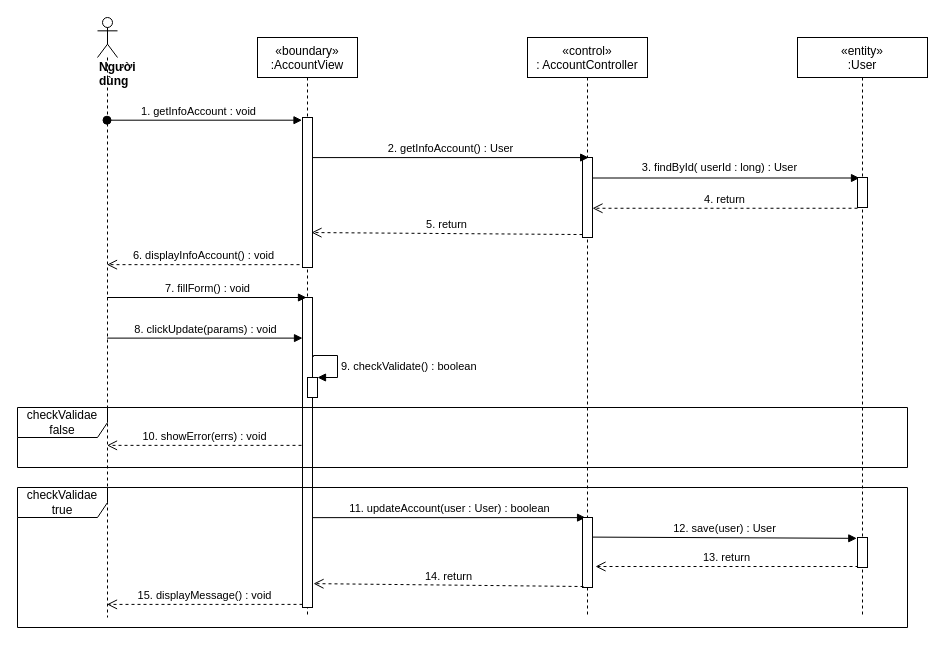
Before: sequence diagram/updateInfoAccount.drawio in nguyenphamvan/datn_20202, a draw.io diagram. Source tidied: cells renumbered, new cells numbered last; positions are measured from the earlier drawing's top-left corner, leaving out a move shared by most shapes. Both pictures are drawn from the tidied source at 100%, with x=0, y=0 at pixel (17, 17).
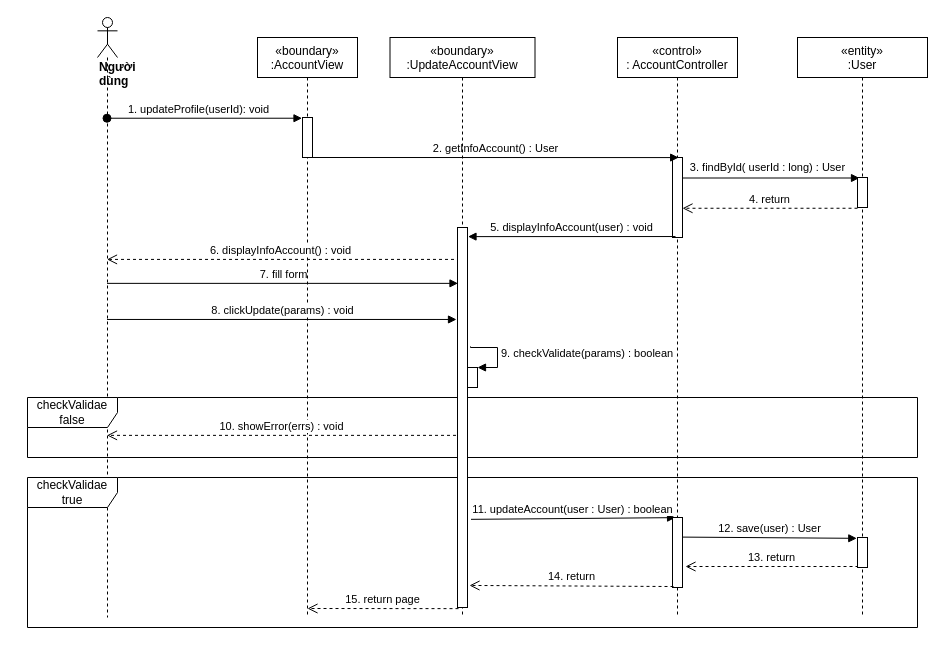
Above is the later version.

The change refers to these unchanged cells:
```xml
<mxCell id="2" value="«boundary»&#10;:AccountView" style="shape=umlLifeline;perimeter=lifelinePerimeter;rounded=0;shadow=0;strokeWidth=1;" parent="1" vertex="1">
  <mxGeometry x="240" y="20" width="100" height="580" as="geometry" />
</mxCell>
<mxCell id="6" style="points=[];perimeter=orthogonalPerimeter;rounded=0;shadow=0;strokeWidth=1;" parent="5" vertex="1">
  <mxGeometry x="55" y="120" width="10" height="80" as="geometry" />
</mxCell>
<mxCell id="7" value="&lt;div&gt;&lt;b&gt;Người dùng&lt;/b&gt;&lt;/div&gt;" style="shape=umlLifeline;participant=umlActor;perimeter=lifelinePerimeter;whiteSpace=wrap;html=1;verticalAlign=top;spacingTop=36;outlineConnect=0;align=left;" parent="1" vertex="1">
  <mxGeometry x="80" width="20" height="600" as="geometry" />
</mxCell>
```

Change to the diagram source:
```diff
@@
     <mxCell id="3" style="points=[];perimeter=orthogonalPerimeter;rounded=0;shadow=0;strokeWidth=1;" parent="2" vertex="1">
-      <mxGeometry x="45" y="80" width="10" height="150" as="geometry" />
+      <mxGeometry x="45" y="80" width="10" height="40" as="geometry" />
     </mxCell>
-    <mxCell id="4" style="html=1;points=[];perimeter=orthogonalPerimeter;" parent="2" vertex="1">
-      <mxGeometry x="45" y="260" width="10" height="310" as="geometry" />
-    </mxCell>
     <mxCell id="5" value="«control»&#10;: AccountController" style="shape=umlLifeline;perimeter=lifelinePerimeter;rounded=0;shadow=0;strokeWidth=1;" parent="1" vertex="1">
-      <mxGeometry x="510" y="20" width="120" height="580" as="geometry" />
+      <mxGeometry x="600" y="20" width="120" height="580" as="geometry" />
     </mxCell>
@@
-    <mxCell id="8" value="1. getInfoAccount : void" style="verticalAlign=bottom;startArrow=oval;endArrow=block;startSize=8;shadow=0;strokeWidth=1;entryX=-0.05;entryY=0.018;entryDx=0;entryDy=0;entryPerimeter=0;" parent="1" edge="1" source="7" target="3">
+    <mxCell id="8" value="1. updateProfile(userId): void" style="verticalAlign=bottom;startArrow=oval;endArrow=block;startSize=8;shadow=0;strokeWidth=1;entryX=-0.05;entryY=0.018;entryDx=0;entryDy=0;entryPerimeter=0;" parent="1" edge="1" source="7" target="3">
       <mxGeometry x="-0.06" relative="1" as="geometry" />
     </mxCell>
@@
-    <mxCell id="14" value="7. fillForm() : void" style="html=1;verticalAlign=bottom;endArrow=block;entryX=0.4;entryY=0;entryDx=0;entryDy=0;entryPerimeter=0;" parent="1" edge="1" source="7" target="4">
+    <mxCell id="14" value="7. fill form" style="html=1;verticalAlign=bottom;endArrow=block;entryX=0.05;entryY=0.147;entryDx=0;entryDy=0;entryPerimeter=0;" parent="1" edge="1" source="7" target="32">
       <mxGeometry relative="1" as="geometry" />
     </mxCell>
-    <mxCell id="15" style="html=1;points=[];perimeter=orthogonalPerimeter;" parent="1" vertex="1">
-      <mxGeometry x="290" y="360" width="10" height="20" as="geometry" />
-    </mxCell>
-    <mxCell id="16" value="9. checkValidate() : boolean" style="edgeStyle=orthogonalEdgeStyle;html=1;align=left;spacingLeft=2;endArrow=block;rounded=0;entryX=1;entryY=0;exitX=1;exitY=0.197;exitDx=0;exitDy=0;exitPerimeter=0;" parent="1" edge="1" source="4" target="15">
-      <mxGeometry x="0.12" relative="1" as="geometry">
-        <Array as="points">
-          <mxPoint x="296" y="339" />
-          <mxPoint x="296" y="338" />
-          <mxPoint x="320" y="338" />
-          <mxPoint x="320" y="360" />
-        </Array>
-      </mxGeometry>
-    </mxCell>
-    <mxCell id="17" value="11. updateAccount(user : User) : boolean" style="html=1;verticalAlign=bottom;endArrow=block;entryX=0.307;entryY=0.002;entryDx=0;entryDy=0;entryPerimeter=0;" parent="1" edge="1" source="4" target="25">
+    <mxCell id="17" value="11. updateAccount(user : User) : boolean" style="html=1;verticalAlign=bottom;endArrow=block;entryX=0.307;entryY=0.002;entryDx=0;entryDy=0;entryPerimeter=0;exitX=1.35;exitY=0.768;exitDx=0;exitDy=0;exitPerimeter=0;" parent="1" edge="1" source="32" target="25">
       <mxGeometry relative="1" as="geometry" />
     </mxCell>
@@
-    <mxCell id="21" value="8. clickUpdate(params) : void" style="html=1;verticalAlign=bottom;endArrow=block;entryX=0;entryY=0.131;entryDx=0;entryDy=0;entryPerimeter=0;" parent="1" edge="1" source="7" target="4">
+    <mxCell id="21" value="8. clickUpdate(params) : void" style="html=1;verticalAlign=bottom;endArrow=block;entryX=-0.1;entryY=0.242;entryDx=0;entryDy=0;entryPerimeter=0;" parent="1" edge="1" source="7" target="32">
       <mxGeometry relative="1" as="geometry" />
     </mxCell>
-    <mxCell id="22" value="10. showError(errs) : void" style="html=1;verticalAlign=bottom;endArrow=open;dashed=1;endSize=8;exitX=-0.1;exitY=0.477;exitDx=0;exitDy=0;exitPerimeter=0;" parent="1" edge="1" source="4" target="7">
+    <mxCell id="22" value="10. showError(errs) : void" style="html=1;verticalAlign=bottom;endArrow=open;dashed=1;endSize=8;exitX=-0.15;exitY=0.547;exitDx=0;exitDy=0;exitPerimeter=0;" parent="1" edge="1" source="32" target="7">
       <mxGeometry relative="1" as="geometry" />
     </mxCell>
     <mxCell id="23" value="checkValidae false" style="shape=umlFrame;whiteSpace=wrap;html=1;width=90;height=30;" parent="1" vertex="1">
-      <mxGeometry y="390" width="890" height="60" as="geometry" />
+      <mxGeometry x="10" y="380" width="890" height="60" as="geometry" />
     </mxCell>
@@
     <mxCell id="25" style="html=1;points=[];perimeter=orthogonalPerimeter;" parent="1" vertex="1">
-      <mxGeometry x="565" y="500" width="10" height="70" as="geometry" />
+      <mxGeometry x="655" y="500" width="10" height="70" as="geometry" />
     </mxCell>
-    <mxCell id="26" value="15. displayMessage() : void" style="html=1;verticalAlign=bottom;endArrow=open;dashed=1;endSize=8;exitX=0;exitY=0.99;exitDx=0;exitDy=0;exitPerimeter=0;" parent="1" edge="1" source="4" target="7">
-      <mxGeometry relative="1" as="geometry" />
+    <mxCell id="26" value="15. return page" style="html=1;verticalAlign=bottom;endArrow=open;dashed=1;endSize=8;exitX=0.1;exitY=1.003;exitDx=0;exitDy=0;exitPerimeter=0;" parent="1" edge="1" source="32">
+      <mxGeometry relative="1" as="geometry">
+        <mxPoint x="290" y="591" as="targetPoint" />
+      </mxGeometry>
     </mxCell>
-    <mxCell id="27" value="14. return" style="html=1;verticalAlign=bottom;endArrow=open;dashed=1;endSize=8;exitX=0.1;exitY=0.986;exitDx=0;exitDy=0;exitPerimeter=0;entryX=1.1;entryY=0.923;entryDx=0;entryDy=0;entryPerimeter=0;" parent="1" edge="1" source="25" target="4">
+    <mxCell id="27" value="14. return" style="html=1;verticalAlign=bottom;endArrow=open;dashed=1;endSize=8;exitX=0.1;exitY=0.986;exitDx=0;exitDy=0;exitPerimeter=0;entryX=1.2;entryY=0.942;entryDx=0;entryDy=0;entryPerimeter=0;" parent="1" edge="1" source="25" target="32">
       <mxGeometry relative="1" as="geometry" />
     </mxCell>
-    <mxCell id="28" value="6. displayInfoAccount() : void" style="html=1;verticalAlign=bottom;endArrow=open;dashed=1;endSize=8;exitX=-0.3;exitY=0.981;exitDx=0;exitDy=0;exitPerimeter=0;" parent="1" edge="1" source="3" target="7">
+    <mxCell id="28" value="6. displayInfoAccount() : void" style="html=1;verticalAlign=bottom;endArrow=open;dashed=1;endSize=8;exitX=-0.35;exitY=0.084;exitDx=0;exitDy=0;exitPerimeter=0;" parent="1" edge="1" source="32" target="7">
       <mxGeometry relative="1" as="geometry" />
     </mxCell>
-    <mxCell id="29" value="5. return" style="html=1;verticalAlign=bottom;endArrow=open;dashed=1;endSize=8;exitX=0;exitY=0.963;exitDx=0;exitDy=0;exitPerimeter=0;entryX=0.9;entryY=0.767;entryDx=0;entryDy=0;entryPerimeter=0;" parent="1" edge="1" source="6" target="3">
-      <mxGeometry relative="1" as="geometry" />
-    </mxCell>
     <mxCell id="30" value="checkValidae true" style="shape=umlFrame;whiteSpace=wrap;html=1;width=90;height=30;" parent="1" vertex="1">
-      <mxGeometry y="470" width="890" height="140" as="geometry" />
+      <mxGeometry x="10" y="460" width="890" height="150" as="geometry" />
     </mxCell>
+    <mxCell id="31" value="«boundary»&#10;:UpdateAccountView" style="shape=umlLifeline;perimeter=lifelinePerimeter;rounded=0;shadow=0;strokeWidth=1;" parent="1" vertex="1">
+      <mxGeometry x="372.5" y="20" width="145" height="580" as="geometry" />
+    </mxCell>
+    <mxCell id="32" style="html=1;points=[];perimeter=orthogonalPerimeter;" parent="31" vertex="1">
+      <mxGeometry x="67.5" y="190" width="10" height="380" as="geometry" />
+    </mxCell>
+    <mxCell id="33" value="5. displayInfoAccount(user) : void" style="html=1;verticalAlign=bottom;endArrow=block;exitX=0.3;exitY=0.988;exitDx=0;exitDy=0;exitPerimeter=0;entryX=1.05;entryY=0.024;entryDx=0;entryDy=0;entryPerimeter=0;" parent="1" edge="1" source="6" target="32">
+      <mxGeometry relative="1" as="geometry" />
+    </mxCell>
+    <mxCell id="34" style="html=1;points=[];perimeter=orthogonalPerimeter;" parent="1" vertex="1">
+      <mxGeometry x="450" y="350" width="10" height="20" as="geometry" />
+    </mxCell>
+    <mxCell id="35" value="9. checkValidate(params) : boolean" style="edgeStyle=orthogonalEdgeStyle;html=1;align=left;spacingLeft=2;endArrow=block;rounded=0;entryX=1;entryY=0;exitX=1.3;exitY=0.313;exitDx=0;exitDy=0;exitPerimeter=0;" parent="1" edge="1" source="32" target="34">
+      <mxGeometry relative="1" as="geometry">
+        <Array as="points">
+          <mxPoint x="453" y="330" />
+          <mxPoint x="480" y="330" />
+          <mxPoint x="480" y="350" />
+        </Array>
+      </mxGeometry>
+    </mxCell>
```
